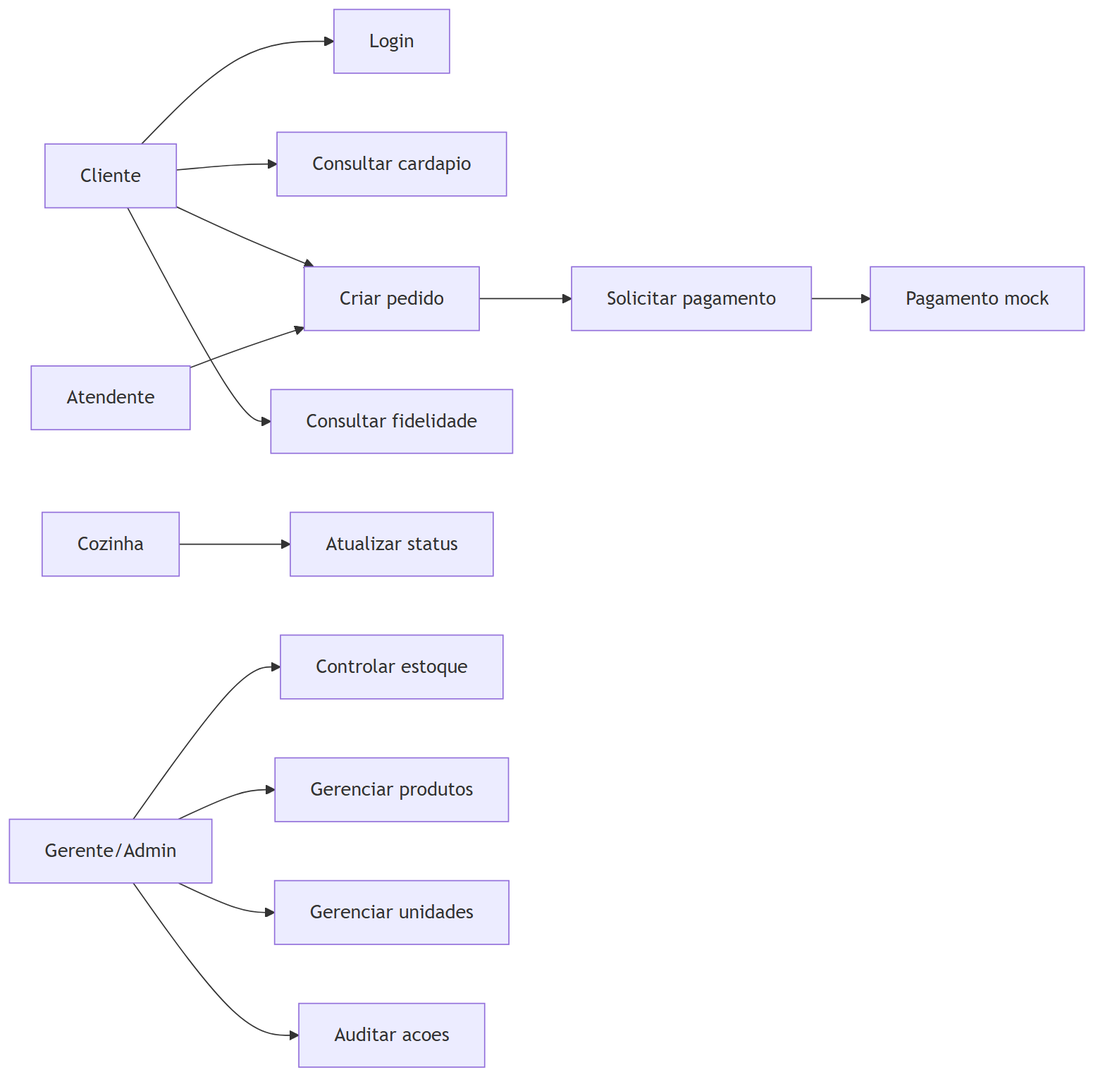
The Mermaid diagram docs/diagramas/renderizados/casos-de-uso.png in IuriWS/raizes-do-nordeste-api, before a commit. Its source is kept beside it as docs/diagramas/casos-de-uso.mmd.
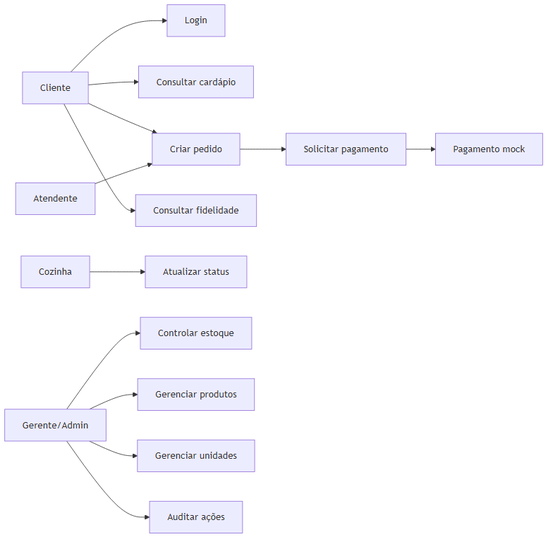
After the commit.

Diff of the diagram source:
```diff
@@ -6,7 +6,7 @@
   Gateway[Pagamento mock]
 
   Cliente --> Login[Login]
-  Cliente --> Cardapio[Consultar cardapio]
+  Cliente --> Cardapio[Consultar cardápio]
   Cliente --> CriarPedido[Criar pedido]
   Cliente --> Fidelidade[Consultar fidelidade]
   Atendente --> CriarPedido
@@ -16,4 +16,4 @@
   Gestao --> Estoque[Controlar estoque]
   Gestao --> Produtos[Gerenciar produtos]
   Gestao --> Unidades[Gerenciar unidades]
-  Gestao --> Auditoria[Auditar acoes]
+  Gestao --> Auditoria[Auditar ações]
```
